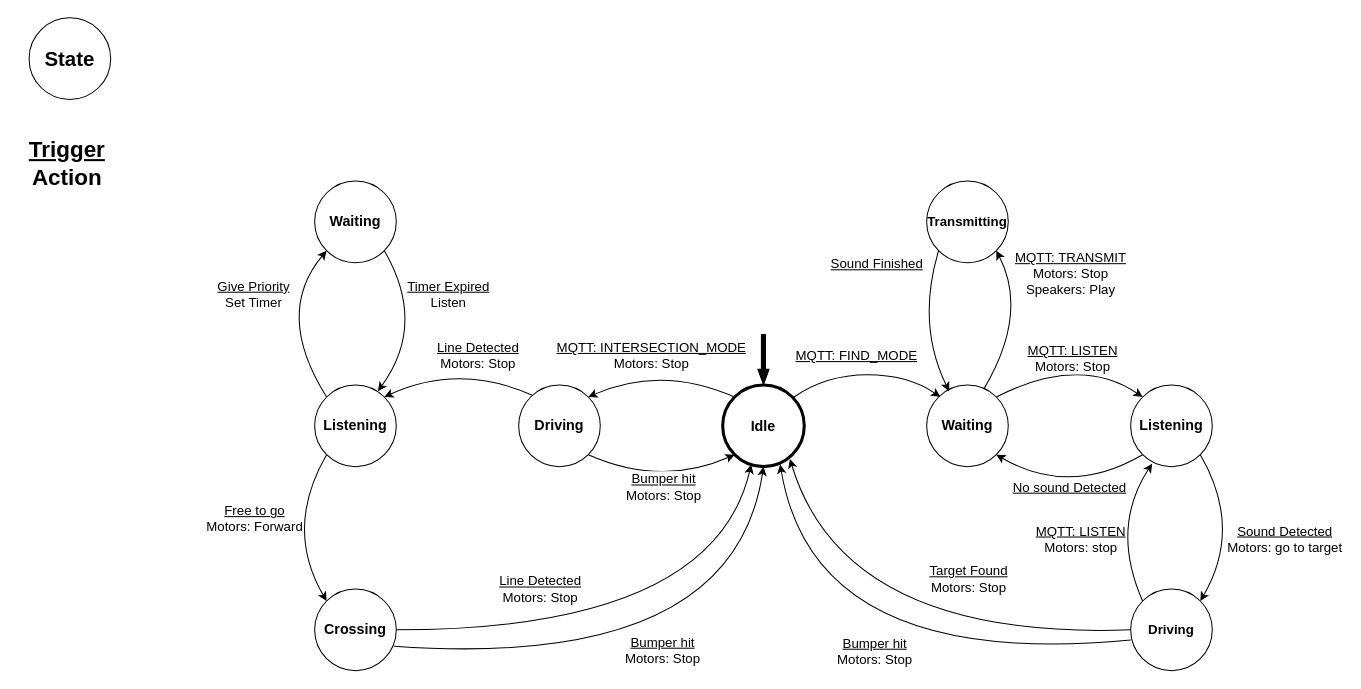
Before: documentation/robot_state_diagram.drawio in davidzwa/advanced-iot-lisat, a draw.io diagram. Source tidied: cells renumbered, new cells numbered last; positions are measured from the earlier drawing's top-left corner, leaving out a move shared by most shapes. Both pictures are drawn from the tidied source at 102%, with x=0, y=0 at pixel (29, 17).
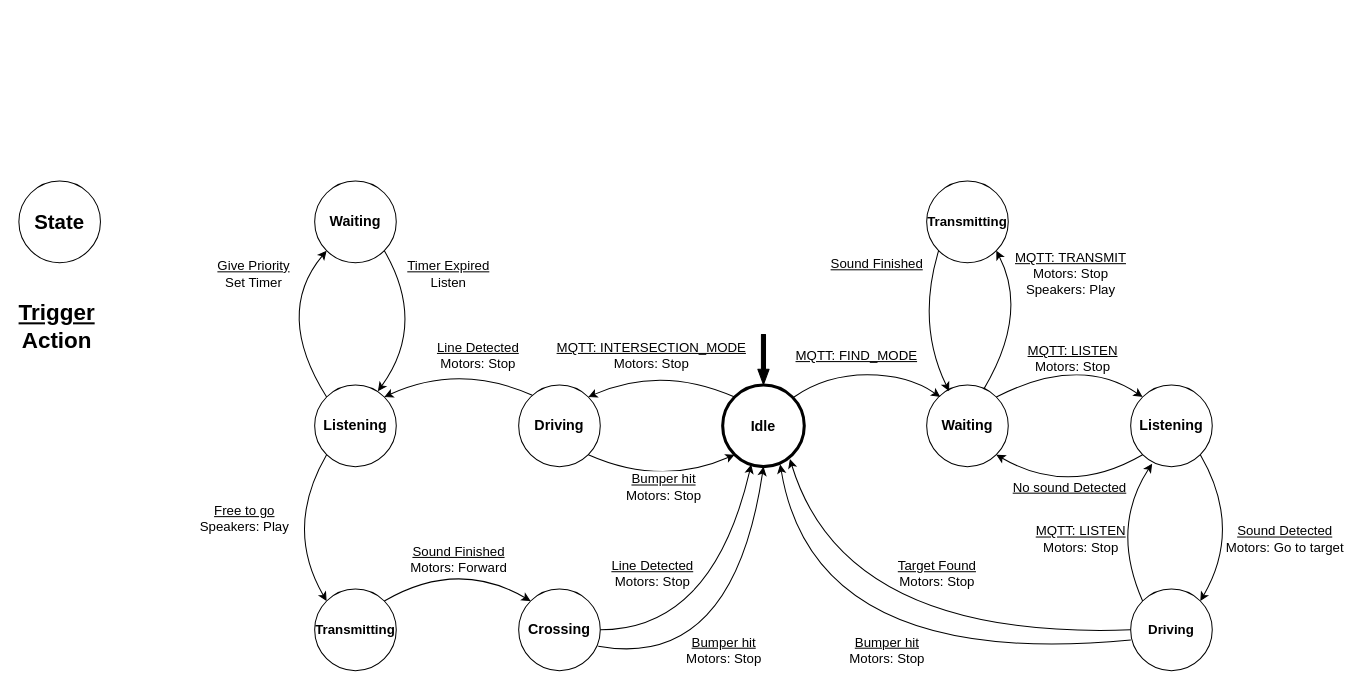
After the change.

Unchanged cells that the change refers to:
```xml
<mxCell id="6" style="curved=1;endArrow=classic;html=1;fontSize=14;exitX=1;exitY=1;exitDx=0;exitDy=0;entryX=1;entryY=0;entryDx=0;entryDy=0;" parent="1" edge="1" source="3" target="22">
  <mxGeometry relative="1" as="geometry">
    <Array as="points">
      <mxPoint x="1190" y="500" />
    </Array>
  </mxGeometry>
</mxCell>
<mxCell id="15" value="Listening" style="ellipse;whiteSpace=wrap;html=1;fontSize=14;fontStyle=1;" parent="1" vertex="1">
  <mxGeometry x="280" y="360" width="80" height="80" as="geometry" />
</mxCell>
<mxCell id="30" style="curved=1;endArrow=classic;html=1;fontSize=14;exitX=1;exitY=0.5;exitDx=0;exitDy=0;entryX=0.35;entryY=0.975;entryDx=0;entryDy=0;entryPerimeter=0;" parent="1" edge="1" source="16" target="11">
  <mxGeometry relative="1" as="geometry">
    <Array as="points">
      <mxPoint x="670" y="600" />
    </Array>
  </mxGeometry>
</mxCell>
<mxCell id="32" style="curved=1;endArrow=classic;html=1;fontSize=14;exitX=0;exitY=0;exitDx=0;exitDy=0;entryX=0;entryY=1;entryDx=0;entryDy=0;" parent="1" edge="1" source="15" target="17">
  <mxGeometry relative="1" as="geometry">
    <Array as="points">
      <mxPoint x="240" y="290" />
    </Array>
  </mxGeometry>
</mxCell>
<mxCell id="34" style="curved=1;endArrow=classic;html=1;fontSize=14;exitX=1;exitY=1;exitDx=0;exitDy=0;entryX=0.775;entryY=0.075;entryDx=0;entryDy=0;entryPerimeter=0;" parent="1" edge="1" source="17" target="15">
  <mxGeometry relative="1" as="geometry">
    <Array as="points">
      <mxPoint x="390" y="300" />
    </Array>
  </mxGeometry>
</mxCell>
<mxCell id="36" style="curved=1;endArrow=classic;html=1;fontSize=14;exitX=0.975;exitY=0.7;exitDx=0;exitDy=0;exitPerimeter=0;entryX=0.5;entryY=1;entryDx=0;entryDy=0;" parent="1" edge="1" source="16" target="11">
  <mxGeometry relative="1" as="geometry">
    <Array as="points">
      <mxPoint x="690" y="640" />
    </Array>
  </mxGeometry>
</mxCell>
<mxCell id="39" style="curved=1;endArrow=classic;html=1;fontSize=14;exitX=0;exitY=0.5;exitDx=0;exitDy=0;entryX=0.824;entryY=0.907;entryDx=0;entryDy=0;entryPerimeter=0;" parent="1" edge="1" source="22" target="11">
  <mxGeometry relative="1" as="geometry">
    <Array as="points">
      <mxPoint x="800" y="610" />
    </Array>
  </mxGeometry>
</mxCell>
<mxCell id="41" style="curved=1;endArrow=classic;html=1;fontSize=14;exitX=0.002;exitY=0.625;exitDx=0;exitDy=0;exitPerimeter=0;entryX=0.705;entryY=0.972;entryDx=0;entryDy=0;entryPerimeter=0;" parent="1" edge="1" source="22" target="11">
  <mxGeometry relative="1" as="geometry">
    <Array as="points">
      <mxPoint x="770" y="640" />
    </Array>
  </mxGeometry>
</mxCell>
```

Change to the diagram source:
```diff
@@
-    <mxCell id="7" value="&lt;u&gt;Sound Detected&lt;br&gt;&lt;/u&gt;Motors: go to target" style="edgeLabel;html=1;align=center;verticalAlign=middle;fontSize=13;" parent="6" vertex="1">
+    <mxCell id="7" value="&lt;u&gt;Sound Detected&lt;br&gt;&lt;/u&gt;Motors: Go to target" style="edgeLabel;html=1;align=center;verticalAlign=middle;fontSize=13;" parent="6" vertex="1">
       <mxGeometry x="0.26" relative="1" as="geometry">
         <mxPoint x="51.1" y="-9" as="offset" />
       </mxGeometry>
     </mxCell>
@@
     <mxCell id="16" value="Crossing" style="ellipse;whiteSpace=wrap;html=1;fontSize=14;fontStyle=1;" parent="1" vertex="1">
-      <mxGeometry x="280" y="560" width="80" height="80" as="geometry" />
+      <mxGeometry x="480" y="560" width="80" height="80" as="geometry" />
     </mxCell>
@@
     <mxCell id="25" value="&lt;b style=&quot;font-size: 22px;&quot;&gt;&lt;u style=&quot;font-size: 22px;&quot;&gt;Trigger&lt;/u&gt;&lt;br style=&quot;font-size: 22px;&quot;&gt;Action&lt;/b&gt;" style="edgeLabel;html=1;align=center;verticalAlign=middle;fontSize=22;" parent="1" vertex="1">
-      <mxGeometry x="30" y="130" as="geometry">
+      <mxGeometry x="20" y="290" as="geometry">
         <mxPoint x="6" y="12" as="offset" />
       </mxGeometry>
     </mxCell>
@@
-    <mxCell id="28" style="curved=1;endArrow=classic;html=1;fontSize=14;exitX=0;exitY=1;exitDx=0;exitDy=0;entryX=0;entryY=0;entryDx=0;entryDy=0;" parent="1" edge="1" source="15" target="16">
+    <mxCell id="28" style="curved=1;endArrow=classic;html=1;fontSize=14;exitX=0;exitY=1;exitDx=0;exitDy=0;entryX=0;entryY=0;entryDx=0;entryDy=0;" parent="1" edge="1" source="15" target="48">
       <mxGeometry relative="1" as="geometry">
         <Array as="points">
           <mxPoint x="250" y="500" />
         </Array>
       </mxGeometry>
     </mxCell>
-    <mxCell id="29" value="&lt;u&gt;Free to go&lt;br&gt;&lt;/u&gt;Motors: Forward" style="edgeLabel;html=1;align=center;verticalAlign=middle;fontSize=13;" parent="28" vertex="1">
+    <mxCell id="29" value="&lt;u&gt;Free to go&lt;br&gt;&lt;/u&gt;Speakers: Play" style="edgeLabel;html=1;align=center;verticalAlign=middle;fontSize=13;" parent="28" vertex="1">
       <mxGeometry x="0.31" y="1" relative="1" as="geometry">
-        <mxPoint x="-43.5" y="-31.1" as="offset" />
+        <mxPoint x="-53.5" y="-31.1" as="offset" />
       </mxGeometry>
     </mxCell>
@@
     <mxCell id="31" value="&lt;u&gt;Line Detected&lt;/u&gt;&lt;br&gt;Motors: Stop" style="edgeLabel;html=1;align=center;verticalAlign=middle;fontSize=13;" parent="30" vertex="1">
       <mxGeometry x="0.31" y="1" relative="1" as="geometry">
-        <mxPoint x="-169.2" y="-38.8" as="offset" />
+        <mxPoint x="-75" y="13.4" as="offset" />
       </mxGeometry>
     </mxCell>
@@
     <mxCell id="33" value="&lt;u&gt;Give Priority&lt;/u&gt;&lt;br&gt;Set Timer" style="edgeLabel;html=1;align=center;verticalAlign=middle;fontSize=13;" parent="32" vertex="1">
       <mxGeometry x="0.14" y="-15" relative="1" as="geometry">
-        <mxPoint x="-34.3" y="-26.3" as="offset" />
+        <mxPoint x="-34.3" y="-46.3" as="offset" />
       </mxGeometry>
     </mxCell>
@@
     <mxCell id="35" value="&lt;u&gt;Timer Expired&lt;/u&gt;&lt;br&gt;Listen" style="edgeLabel;html=1;align=center;verticalAlign=middle;fontSize=13;rotation=0;" parent="34" vertex="1">
       <mxGeometry x="-0.2" y="-2" relative="1" as="geometry">
-        <mxPoint x="30.3" y="-16.3" as="offset" />
+        <mxPoint x="30.3" y="-36.3" as="offset" />
       </mxGeometry>
     </mxCell>
@@
     <mxCell id="37" value="&lt;u&gt;Bumper hit&lt;/u&gt;&lt;br&gt;Motors: Stop" style="edgeLabel;html=1;align=center;verticalAlign=middle;fontSize=13;" parent="36" vertex="1">
       <mxGeometry x="0.31" y="1" relative="1" as="geometry">
-        <mxPoint x="-71.4" y="-3.9" as="offset" />
+        <mxPoint x="-21.7" y="65" as="offset" />
       </mxGeometry>
     </mxCell>
@@
     <mxCell id="40" value="&lt;u&gt;Bumper hit&lt;/u&gt;&lt;br&gt;Motors: Stop" style="edgeLabel;html=1;align=center;verticalAlign=middle;fontSize=13;" parent="39" vertex="1">
       <mxGeometry x="0.14" y="-35" relative="1" as="geometry">
-        <mxPoint x="14.1" y="45.6" as="offset" />
+        <mxPoint x="26.1" y="45.5" as="offset" />
       </mxGeometry>
     </mxCell>
@@
     <mxCell id="42" value="&lt;u&gt;Target Found&lt;br&gt;&lt;/u&gt;Motors: Stop" style="edgeLabel;html=1;align=center;verticalAlign=middle;fontSize=13;" parent="41" vertex="1">
       <mxGeometry x="0.14" y="-35" relative="1" as="geometry">
-        <mxPoint x="135.9" y="-54.4" as="offset" />
+        <mxPoint x="105.8" y="-58.5" as="offset" />
       </mxGeometry>
     </mxCell>
@@
     <mxCell id="44" value="&lt;font style=&quot;font-size: 20px&quot;&gt;State&lt;/font&gt;" style="ellipse;whiteSpace=wrap;html=1;fontSize=14;fontStyle=1;" parent="1" vertex="1">
-      <mxGeometry width="80" height="80" as="geometry" />
+      <mxGeometry x="-10" y="160" width="80" height="80" as="geometry" />
     </mxCell>
@@
-    <mxCell id="47" value="&lt;u&gt;MQTT: LISTEN&lt;/u&gt;&lt;br&gt;Motors: stop" style="edgeLabel;html=1;align=center;verticalAlign=middle;fontSize=13;" parent="1" vertex="1">
+    <mxCell id="47" value="&lt;u&gt;MQTT: LISTEN&lt;/u&gt;&lt;br&gt;Motors: Stop" style="edgeLabel;html=1;align=center;verticalAlign=middle;fontSize=13;" parent="1" vertex="1">
       <mxGeometry x="1030" y="510" as="geometry" />
     </mxCell>
+    <mxCell id="48" value="Transmitting" style="ellipse;whiteSpace=wrap;html=1;fontSize=13;fontStyle=1;" parent="1" vertex="1">
+      <mxGeometry x="280" y="560" width="80" height="80" as="geometry" />
+    </mxCell>
+    <mxCell id="49" style="curved=1;endArrow=classic;html=1;fontSize=14;exitX=1;exitY=0;exitDx=0;exitDy=0;entryX=0;entryY=0;entryDx=0;entryDy=0;" parent="1" edge="1" source="48" target="16">
+      <mxGeometry relative="1" as="geometry">
+        <Array as="points">
+          <mxPoint x="420" y="530" />
+        </Array>
+      </mxGeometry>
+    </mxCell>
+    <mxCell id="50" value="&lt;u&gt;Sound Finished&lt;br&gt;&lt;/u&gt;Motors: Forward" style="edgeLabel;html=1;align=center;verticalAlign=middle;fontSize=13;" parent="49" vertex="1">
+      <mxGeometry x="0.31" y="1" relative="1" as="geometry">
+        <mxPoint x="-22.1" y="-11.7" as="offset" />
+      </mxGeometry>
+    </mxCell>
```
